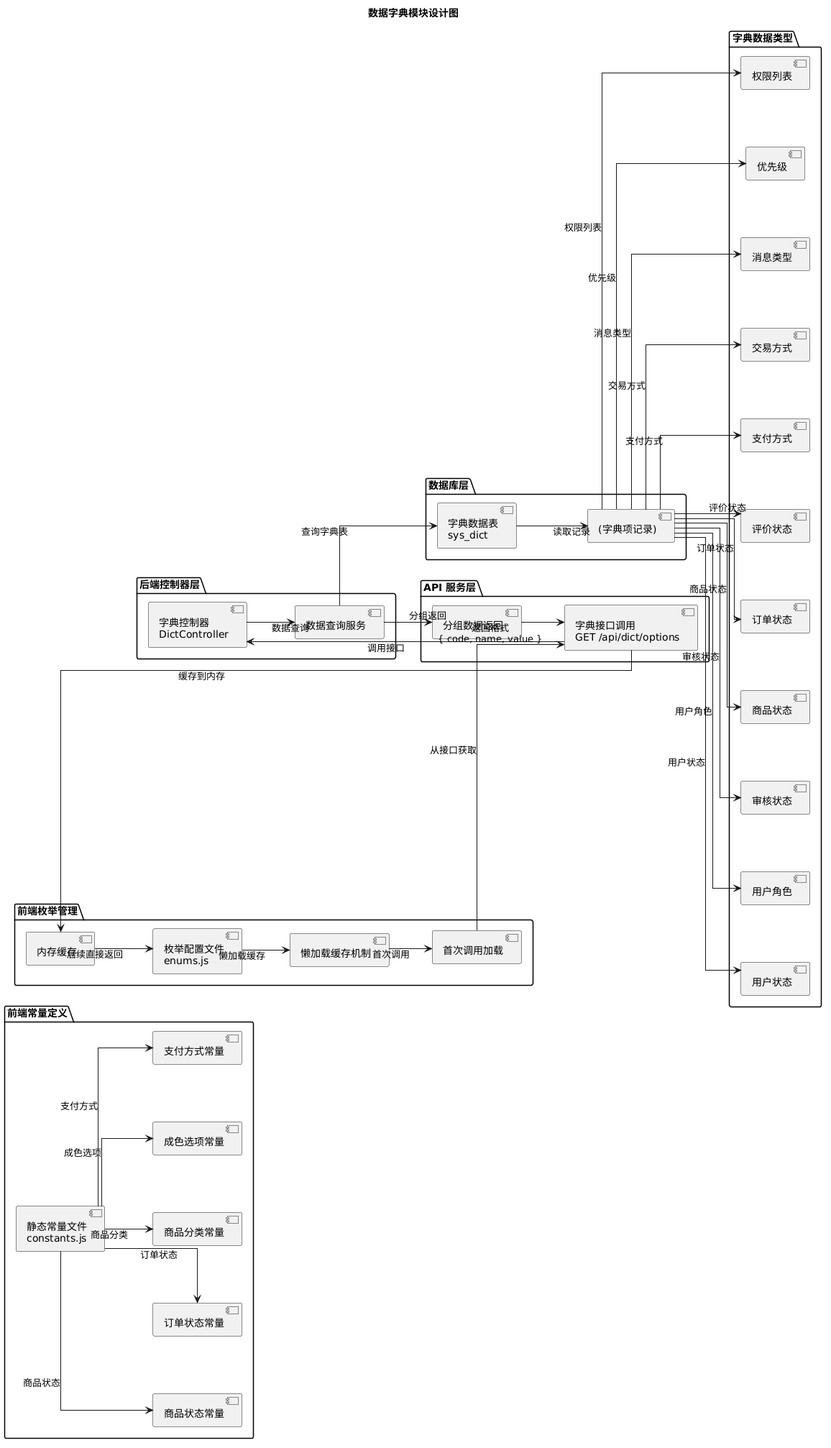
Earlier version of the PlantUML export docs/arch-dict.png (RYELOBE/hmapp01).
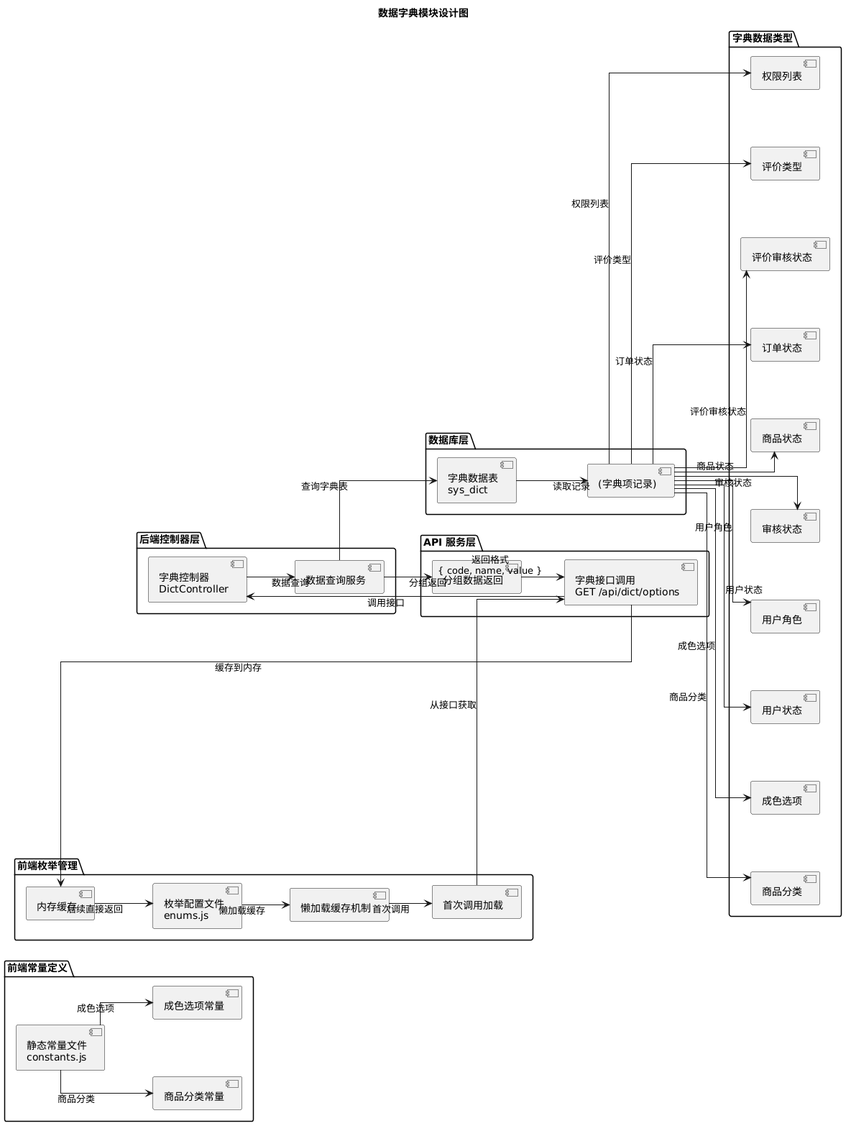
Later version of the same file.

What changed in the source:
```diff
@@ -10,11 +10,8 @@
 
 package "前端常量定义" {
     [静态常量文件\nconstants.js] as constants
-    [商品状态常量] as itemStatus
-    [订单状态常量] as orderStatus
     [商品分类常量] as itemCategory
     [成色选项常量] as condition
-    [支付方式常量] as payment
 }
 
 package "前端枚举管理" {
@@ -40,24 +37,20 @@
 }
 
 package "字典数据类型" {
+    [商品分类] as category
+    [成色选项] as cond
     [用户状态] as userType
     [用户角色] as userRole
     [审核状态] as auditStatus
     [商品状态] as prodStatus
-    [订单状态] as orderStatus2
-    [评价状态] as reviewStatus
-    [支付方式] as payMethod
-    [交易方式] as tradeMethod
-    [消息类型] as msgType
-    [优先级] as priority
+    [订单状态] as orderStatus
+    [评价审核状态] as reviewAuditStatus
+    [评价类型] as reviewType
     [权限列表] as permList
 }
 
-constants --> itemStatus : 商品状态
-constants --> orderStatus : 订单状态
 constants --> itemCategory : 商品分类
 constants --> condition : 成色选项
-constants --> payment : 支付方式
 
 enums --> cache : 懒加载缓存
 cache --> firstLoad : 首次调用
@@ -70,16 +63,15 @@
 queryService --> dictTable : 查询字典表
 dictTable --> dictRecord : 读取记录
 
+dictRecord --> category : 商品分类
+dictRecord --> cond : 成色选项
 dictRecord --> userType : 用户状态
 dictRecord --> userRole : 用户角色
 dictRecord --> auditStatus : 审核状态
 dictRecord --> prodStatus : 商品状态
-dictRecord --> orderStatus2 : 订单状态
-dictRecord --> reviewStatus : 评价状态
-dictRecord --> payMethod : 支付方式
-dictRecord --> tradeMethod : 交易方式
-dictRecord --> msgType : 消息类型
-dictRecord --> priority : 优先级
+dictRecord --> orderStatus : 订单状态
+dictRecord --> reviewAuditStatus : 评价审核状态
+dictRecord --> reviewType : 评价类型
 dictRecord --> permList : 权限列表
 
 queryService --> groupReturn : 分组返回
```
